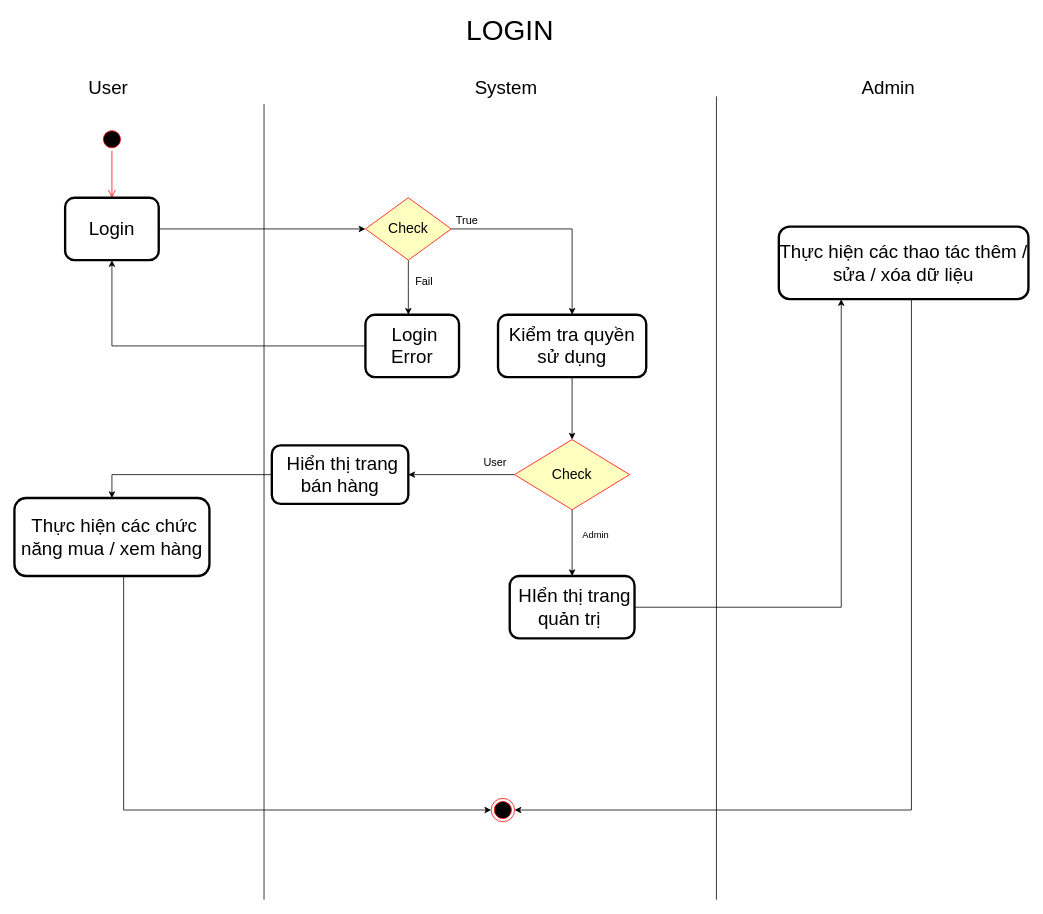
The draw.io diagram page "Login" (1 of 3) of Week3/Activity Diagram.drawio in thanhhff/ITSS-Software-Development, before the edit. Source tidied: cells renumbered, new cells numbered last; positions are measured from the earlier drawing's top-left corner, leaving out a move shared by most shapes. Both pictures are drawn from the tidied source at 78%, with x=0, y=0 at pixel (14, 18).
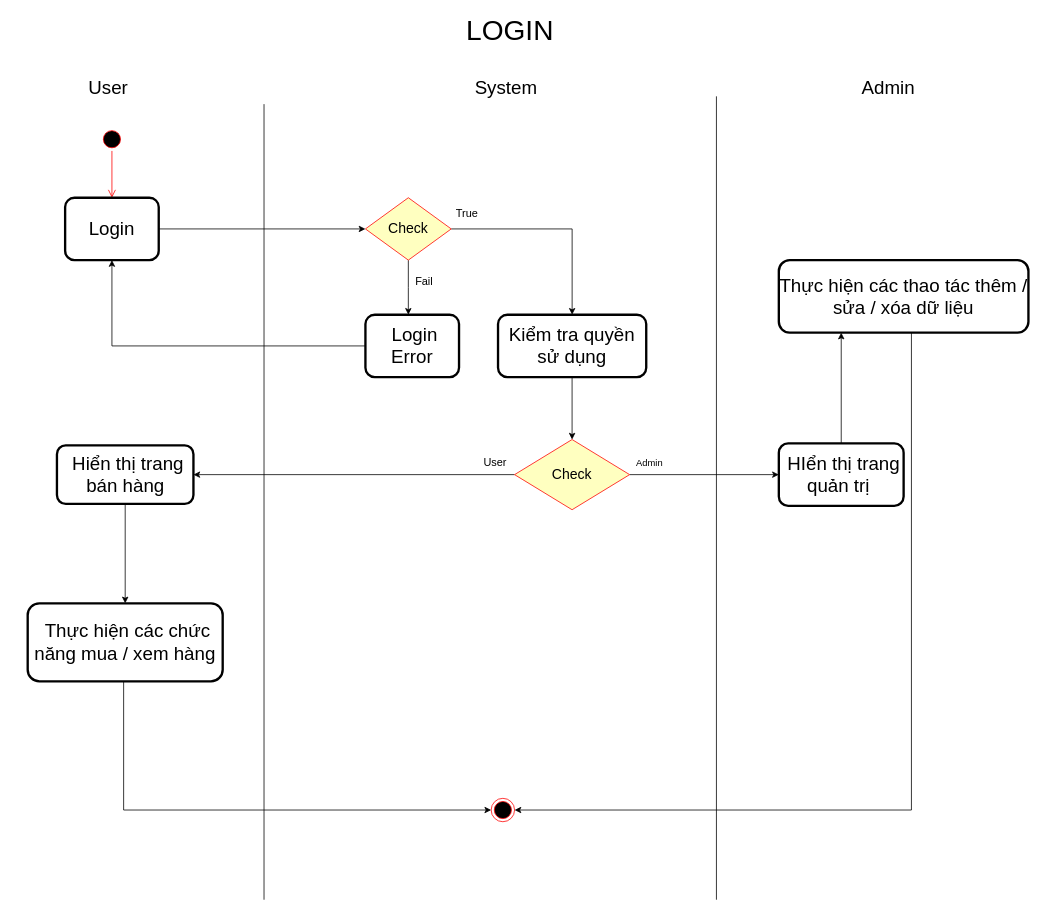
The same diagram, later.

The change refers to these unchanged cells:
```xml
<mxCell id="23" value="&lt;font style=&quot;font-size: 18px&quot;&gt;Check&lt;/font&gt;" style="rhombus;whiteSpace=wrap;html=1;fillColor=#ffffc0;strokeColor=#ff0000;shadow=0;" parent="1" vertex="1">
  <mxGeometry x="641.2" y="540" width="147.5" height="90" as="geometry" />
</mxCell>
```

Diff of the diagram source:
```diff
@@
-    <mxCell id="22" style="edgeStyle=orthogonalEdgeStyle;rounded=0;jettySize=auto;html=1;entryX=0.5;entryY=0;entryDx=0;entryDy=0;" parent="1" edge="1" source="23" target="25">
+    <mxCell id="22" style="edgeStyle=orthogonalEdgeStyle;rounded=0;jettySize=auto;html=1;entryX=0;entryY=0.5;entryDx=0;entryDy=0;" parent="1" edge="1" source="23" target="25">
       <mxGeometry relative="1" as="geometry" />
     </mxCell>
@@
     <mxCell id="25" value="&lt;font style=&quot;font-size: 24px&quot;&gt;&amp;nbsp;HIển thị trang quản trị&amp;nbsp;&lt;/font&gt;" style="shape=ext;rounded=1;html=1;whiteSpace=wrap;strokeWidth=3;shadow=0;" parent="1" vertex="1">
-      <mxGeometry x="635" y="715" width="160" height="80" as="geometry" />
+      <mxGeometry x="980" y="545" width="160" height="80" as="geometry" />
     </mxCell>
@@
     <mxCell id="27" value="&lt;font style=&quot;font-size: 24px&quot;&gt;&amp;nbsp;Hiển thị trang bán hàng&lt;/font&gt;" style="shape=ext;rounded=1;html=1;whiteSpace=wrap;strokeWidth=3;shadow=0;" parent="1" vertex="1">
-      <mxGeometry x="330" y="547.5" width="175" height="75" as="geometry" />
+      <mxGeometry x="54.5" y="547.5" width="175" height="75" as="geometry" />
     </mxCell>
@@
-    <mxCell id="29" value="&lt;font style=&quot;font-size: 14px&quot;&gt;&#10;True&lt;br&gt;&lt;/font&gt;" style="text;html=1;align=center;verticalAlign=middle;" parent="1" vertex="1">
+    <mxCell id="29" value="&lt;font style=&quot;font-size: 14px&quot;&gt; True&lt;br&gt;&lt;/font&gt;" style="text;html=1;align=center;verticalAlign=middle;" parent="1" vertex="1">
       <mxGeometry x="560" y="240" width="40" height="20" as="geometry" />
     </mxCell>
-    <mxCell id="30" value="Admin&lt;br&gt;&#10;" style="text;html=1;align=center;verticalAlign=middle;" parent="1" vertex="1">
-      <mxGeometry x="720" y="660" width="50" height="20" as="geometry" />
+    <mxCell id="30" value="Admin&lt;br&gt; " style="text;html=1;align=center;verticalAlign=middle;" parent="1" vertex="1">
+      <mxGeometry x="788.8" y="560" width="50" height="20" as="geometry" />
     </mxCell>
@@
     <mxCell id="32" value="&lt;font style=&quot;font-size: 24px&quot;&gt;&amp;nbsp;Thực hiện các chức năng mua / xem hàng&lt;/font&gt;" style="shape=ext;rounded=1;html=1;whiteSpace=wrap;strokeWidth=3;shadow=0;" parent="1" vertex="1">
-      <mxGeometry y="615" width="250" height="100" as="geometry" />
+      <mxGeometry x="17" y="750" width="250" height="100" as="geometry" />
     </mxCell>
@@
     <mxCell id="34" value="&lt;font style=&quot;font-size: 24px&quot;&gt;Thực hiện các thao tác thêm / sửa / xóa dữ liệu&lt;/font&gt;" style="shape=ext;rounded=1;html=1;whiteSpace=wrap;strokeWidth=3;shadow=0;" parent="1" vertex="1">
-      <mxGeometry x="980" y="267" width="320" height="93" as="geometry" />
+      <mxGeometry x="980" y="310" width="320" height="93" as="geometry" />
     </mxCell>
```
